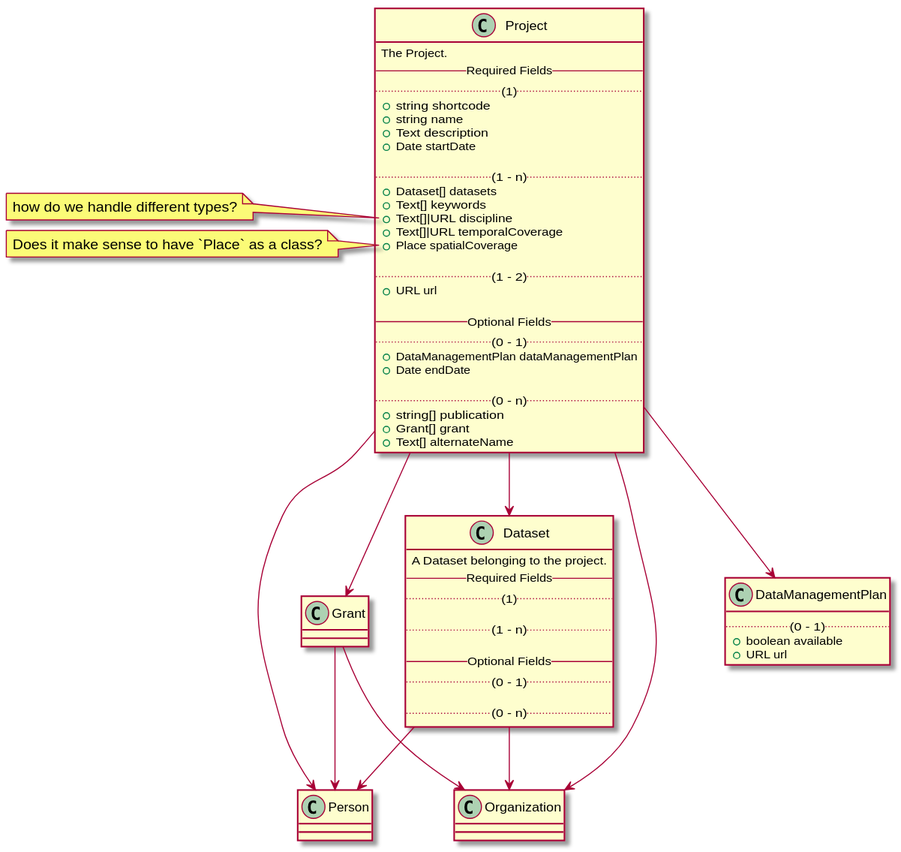
dasch-swiss/dasch-service-platform keeps this PlantUML diagram as docs/services/metadata/domain-entities.svg. Above is the earlier version.
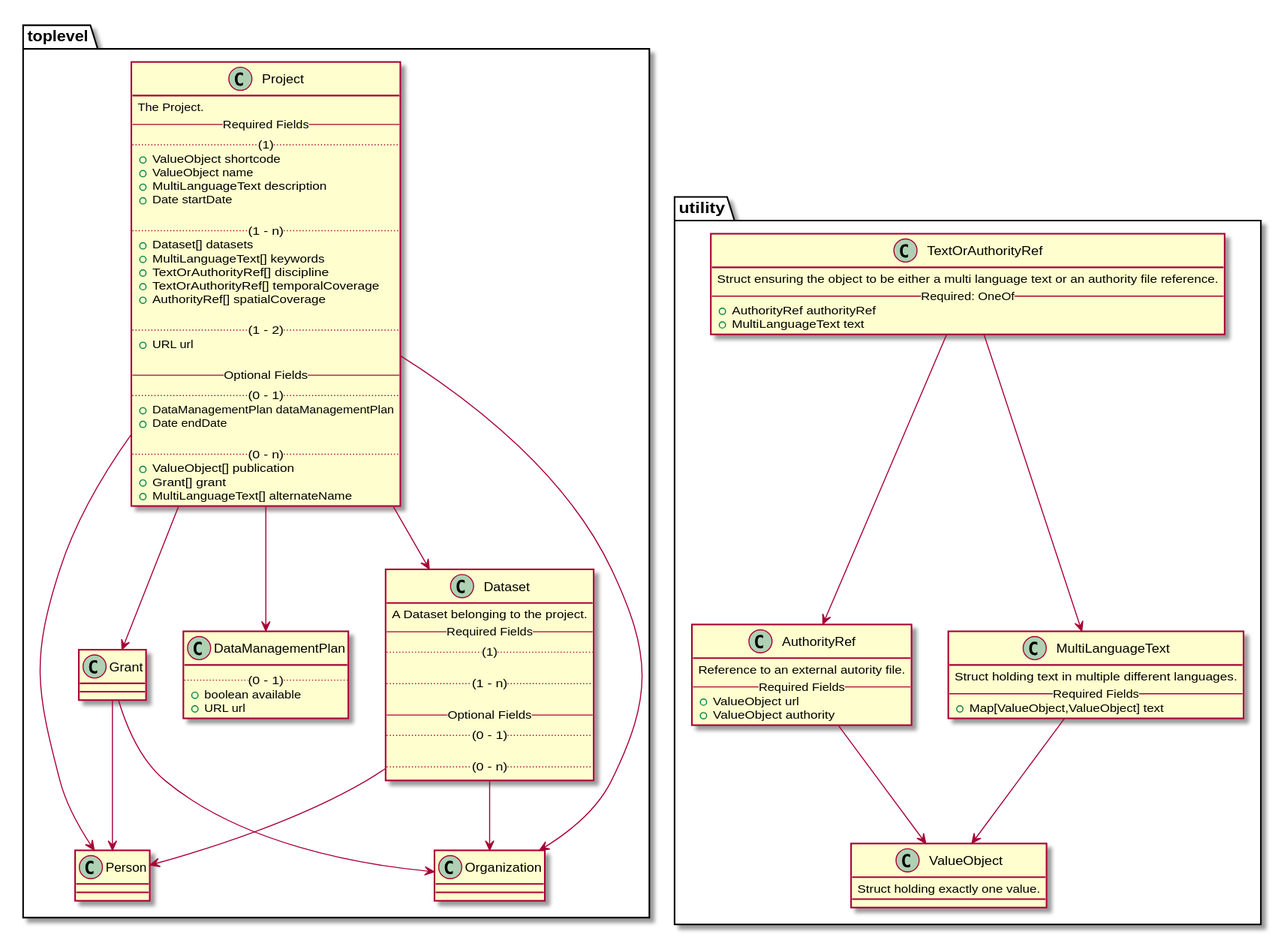
Above is the later version.

Commit message:
docs(metadata-service): update UML according to feedback

What changed in the source:
```diff
@@ -1,62 +1,93 @@
 @startuml Domain Entities
+package toplevel {
 
-class Project {
-  The Project.
-  -- Required Fields --
-  .. (1) ..
-  +string shortcode
-  +string name
-  +Text description
-  +Date startDate
+  class Project {
+    The Project.
+    -- Required Fields --
+    .. (1) ..
+    +ValueObject shortcode
+    +ValueObject name
+    +MultiLanguageText description
+    +Date startDate
 
-  .. (1 - n) ..
-  +Dataset[] datasets
-  +Text[] keywords
-  +Text[]|URL discipline
-  +Text[]|URL temporalCoverage
-  +Place spatialCoverage
+    .. (1 - n) ..
+    +Dataset[] datasets
+    +MultiLanguageText[] keywords
+    +TextOrAuthorityRef[] discipline
+    +TextOrAuthorityRef[] temporalCoverage
+    +AuthorityRef[] spatialCoverage
 
-  .. (1 - 2) ..
-  +URL url
+    .. (1 - 2) ..
+    +URL url
 
-  -- Optional Fields --
-  .. (0 - 1) ..
-  +DataManagementPlan dataManagementPlan
-  +Date endDate
+    -- Optional Fields --
+    .. (0 - 1) ..
+    +DataManagementPlan dataManagementPlan
+    +Date endDate
 
-  .. (0 - n) ..
-  +string[] publication
-  +Grant[] grant
-  +Text[] alternateName
+    .. (0 - n) ..
+    +ValueObject[] publication
+    +Grant[] grant
+    +MultiLanguageText[] alternateName
+  }
+
+  class Dataset {
+    A Dataset belonging to the project.
+    -- Required Fields --
+    .. (1) ..
+
+    .. (1 - n) ..
+
+    -- Optional Fields --
+    .. (0 - 1) ..
+
+    .. (0 - n) ..
+  }
+
+  class DataManagementPlan {
+    .. (0 - 1) ..
+    +boolean available
+    +URL url
+  }
+
+  class Grant {
+  }
+
+  class Person {
+  }
+
+  class Organization {
+  }
+
 }
 
-note left of Project::discipline
-  how do we handle different types?
-end note
+package utility {
 
-note left of Project::spatialCoverage
-  Does it make sense to have `Place` as a class?
-end note
+  class TextOrAuthorityRef {
+    Struct ensuring the object to be either a multi language text or an authority file reference.
+    -- Required: OneOf --
+    +AuthorityRef authorityRef
+    +MultiLanguageText text
+  }
 
-class Dataset {
-  A Dataset belonging to the project.
-  -- Required Fields --
-  .. (1) ..
+  class AuthorityRef {
+    Reference to an external autority file.
+    -- Required Fields --
+    +ValueObject url
+    +ValueObject authority
+  }
 
-  .. (1 - n) ..
+  class MultiLanguageText {
+    Struct holding text in multiple different languages.
+    -- Required Fields --
+    +Map[ValueObject,ValueObject] text
+  }
 
-  -- Optional Fields --
-  .. (0 - 1) ..
+  class ValueObject {
+    Struct holding exactly one value.
+  }
 
-  .. (0 - n) ..
 }
-
-class DataManagementPlan {
-  .. (0 - 1) ..
-  +boolean available
-  +URL url
-}
-
 
 
 Project --> Dataset
@@ -68,5 +99,9 @@
 Dataset --> Organization
 Grant --> Person
 Grant --> Organization
+TextOrAuthorityRef --> MultiLanguageText
+TextOrAuthorityRef --> AuthorityRef
+AuthorityRef --> ValueObject
+MultiLanguageText --> ValueObject
 
 @enduml
```
